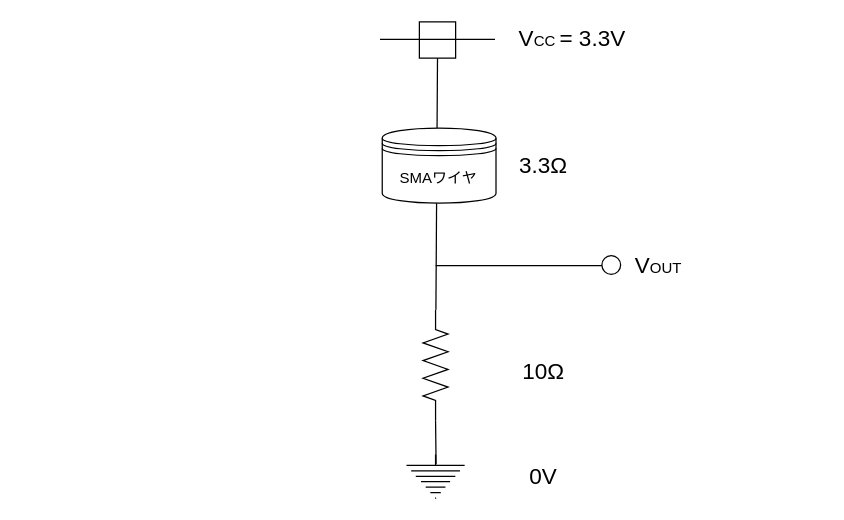
This is kairo.drawio from marumaru1019/laboratory_project, a draw.io file, before an edit. Source tidied: cells renumbered, new cells numbered last; positions are measured from the earlier drawing's top-left corner, leaving out a move shared by most shapes. Both pictures are drawn from the tidied source at 125%, with x=0, y=0 at pixel (379, 21).
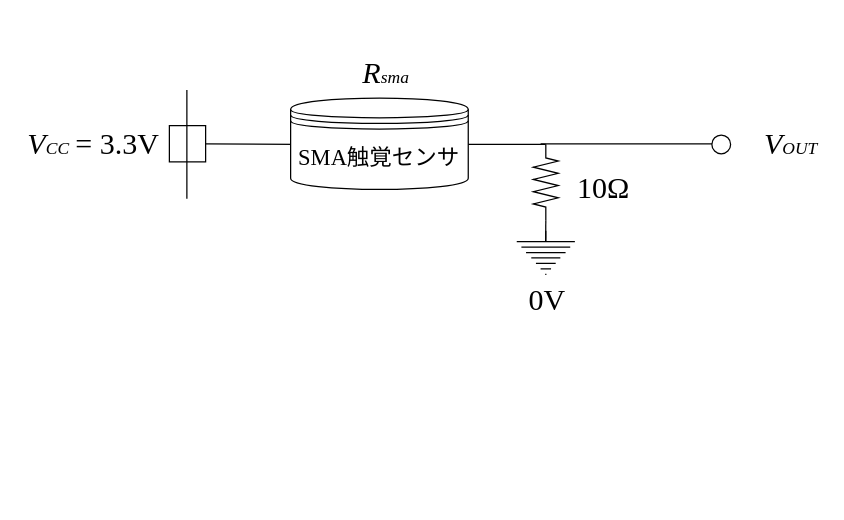
The same page after the edit.

The edit, as a diff of the source:
```diff
@@
-    <mxCell id="2" value="&lt;font style=&quot;font-size: 18px&quot;&gt;3.3Ω&lt;/font&gt;" style="text;html=1;align=center;verticalAlign=middle;" parent="1" vertex="1">
-      <mxGeometry x="106" y="105" width="50" height="20" as="geometry" />
-    </mxCell>
     <mxCell id="3" style="whiteSpace=wrap;html=1;" parent="1" vertex="1">
-      <mxGeometry x="32" width="29" height="29" as="geometry" />
+      <mxGeometry x="-168" y="83" width="29" height="29" as="geometry" />
     </mxCell>
     <mxCell id="4" style="verticalLabelPosition=bottom;shadow=0;dashed=0;align=center;html=1;verticalAlign=top;shape=mxgraph.electrical.resistors.resistor_2;rotation=-90;" parent="1" vertex="1">
-      <mxGeometry x="0.8" y="264.5" width="88.3" height="20" as="geometry" />
+      <mxGeometry x="102.5" y="118.5" width="61.3" height="20" as="geometry" />
     </mxCell>
     <mxCell id="5" style="endArrow=none;html=1;" parent="1" edge="1">
       <mxGeometry relative="1" as="geometry">
-        <mxPoint x="0.5" y="14" as="sourcePoint" />
-        <mxPoint x="92.5" y="14" as="targetPoint" />
+        <mxPoint x="-154" y="141.5" as="sourcePoint" />
+        <mxPoint x="-154" y="54.5" as="targetPoint" />
       </mxGeometry>
     </mxCell>
-    <mxCell id="6" style="endArrow=none;html=1;entryX=0.5;entryY=1;entryDx=0;entryDy=0;" parent="1" edge="1" source="4" target="3">
-      <mxGeometry relative="1" as="geometry" />
+    <mxCell id="6" style="endArrow=none;html=1;entryX=1;entryY=0.5;entryDx=0;entryDy=0;" parent="1" edge="1" target="3">
+      <mxGeometry relative="1" as="geometry">
+        <mxPoint x="133" y="98" as="sourcePoint" />
+        <Array as="points">
+          <mxPoint x="-57" y="98" />
+        </Array>
+      </mxGeometry>
     </mxCell>
-    <mxCell id="7" value="SMAワイヤ" style="shape=datastore;whiteSpace=wrap;html=1;" parent="1" vertex="1">
-      <mxGeometry x="2.3" y="85" width="91" height="60" as="geometry" />
+    <mxCell id="7" value="&lt;font style=&quot;font-size: 18px&quot; face=&quot;Times New Roman&quot;&gt;SMA触覚センサ&lt;/font&gt;" style="shape=datastore;whiteSpace=wrap;html=1;" parent="1" vertex="1">
+      <mxGeometry x="-71" y="61" width="142.1" height="73" as="geometry" />
     </mxCell>
     <mxCell id="8" style="endArrow=none;html=1;" parent="1" edge="1">
       <mxGeometry relative="1" as="geometry">
-        <mxPoint x="45" y="195" as="sourcePoint" />
-        <mxPoint x="185" y="195" as="targetPoint" />
+        <mxPoint x="129" y="97.5" as="sourcePoint" />
+        <mxPoint x="269" y="97.5" as="targetPoint" />
       </mxGeometry>
     </mxCell>
-    <mxCell id="9" value="&lt;font&gt;&lt;span style=&quot;font-size: 18px&quot;&gt;V&lt;/span&gt;&lt;font style=&quot;font-size: 12px&quot;&gt;OUT&lt;/font&gt;&lt;/font&gt;" style="text;html=1;align=center;verticalAlign=middle;" parent="1" vertex="1">
-      <mxGeometry x="199" y="184.5" width="47" height="20" as="geometry" />
+    <mxCell id="9" value="&lt;font face=&quot;Times New Roman&quot;&gt;&lt;i&gt;&lt;span style=&quot;font-size: 24px&quot;&gt;V&lt;/span&gt;&lt;font style=&quot;font-size: 14px&quot;&gt;OUT&lt;/font&gt;&lt;/i&gt;&lt;/font&gt;" style="text;html=1;align=center;verticalAlign=middle;fontSize=20;" parent="1" vertex="1">
+      <mxGeometry x="303" y="81" width="52" height="33" as="geometry" />
     </mxCell>
     <mxCell id="10" style="verticalLabelPosition=bottom;shadow=0;dashed=0;align=center;html=1;verticalAlign=top;strokeWidth=1;shape=ellipse;perimeter=ellipsePerimeter;" parent="1" vertex="1">
-      <mxGeometry x="178" y="187" width="15" height="15" as="geometry" />
+      <mxGeometry x="266" y="90.5" width="15" height="15" as="geometry" />
     </mxCell>
-    <mxCell id="11" value="&lt;font style=&quot;font-size: 18px&quot;&gt;V&lt;/font&gt;&lt;font style=&quot;font-size: 12px&quot;&gt;CC&amp;nbsp;&lt;/font&gt;&lt;font style=&quot;font-size: 18px&quot;&gt;= 3.3V&lt;/font&gt;" style="text;html=1;align=center;verticalAlign=middle;" parent="1" vertex="1">
-      <mxGeometry x="106" y="3.5" width="95" height="20" as="geometry" />
+    <mxCell id="11" value="&lt;font face=&quot;Times New Roman&quot;&gt;&lt;i&gt;&lt;font&gt;&lt;font style=&quot;font-size: 24px&quot;&gt;V&lt;/font&gt;&lt;font style=&quot;font-size: 14px&quot;&gt;CC&lt;/font&gt;&lt;/font&gt;&lt;/i&gt;&lt;font style=&quot;font-size: 20px&quot;&gt;&amp;nbsp;&lt;/font&gt;&lt;font style=&quot;font-size: 24px&quot;&gt;= 3.3V&lt;/font&gt;&lt;/font&gt;" style="text;html=1;align=center;verticalAlign=middle;fontSize=20;" parent="1" vertex="1">
+      <mxGeometry x="-286" y="81" width="114" height="33" as="geometry" />
     </mxCell>
-    <mxCell id="12" value="&lt;font style=&quot;font-size: 18px&quot;&gt;10Ω&lt;/font&gt;" style="text;html=1;align=center;verticalAlign=middle;" parent="1" vertex="1">
-      <mxGeometry x="109" y="270" width="44" height="20" as="geometry" />
+    <mxCell id="12" value="&lt;font style=&quot;font-size: 24px&quot; face=&quot;Times New Roman&quot;&gt;10Ω&lt;/font&gt;" style="text;html=1;align=center;verticalAlign=middle;fontSize=20;" parent="1" vertex="1">
+      <mxGeometry x="153.4" y="118.5" width="52" height="29" as="geometry" />
     </mxCell>
     <mxCell id="13" style="verticalLabelPosition=bottom;shadow=0;dashed=0;align=center;html=1;verticalAlign=top;shape=mxgraph.electrical.signal_sources.protective_earth;" parent="1" vertex="1">
-      <mxGeometry x="21.7" y="346" width="46.5" height="35" as="geometry" />
+      <mxGeometry x="109.9" y="167" width="46.5" height="35" as="geometry" />
     </mxCell>
-    <mxCell id="14" style="endArrow=none;html=1;entryX=0;entryY=0.5;entryDx=0;entryDy=0;entryPerimeter=0;exitX=0.509;exitY=0.223;exitDx=0;exitDy=0;exitPerimeter=0;" parent="1" edge="1" source="13" target="4">
-      <mxGeometry relative="1" as="geometry" />
+    <mxCell id="14" style="endArrow=none;html=1;entryX=0;entryY=0.5;entryDx=0;entryDy=0;entryPerimeter=0;" parent="1" edge="1" target="4">
+      <mxGeometry relative="1" as="geometry">
+        <mxPoint x="133" y="176" as="sourcePoint" />
+      </mxGeometry>
     </mxCell>
-    <mxCell id="15" value="&lt;font style=&quot;font-size: 18px&quot;&gt;0V&lt;/font&gt;" style="text;html=1;align=center;verticalAlign=middle;" parent="1" vertex="1">
-      <mxGeometry x="115" y="353.5" width="32" height="20" as="geometry" />
+    <mxCell id="15" value="&lt;font style=&quot;font-size: 24px&quot; face=&quot;Times New Roman&quot;&gt;0V&lt;/font&gt;" style="text;html=1;align=center;verticalAlign=middle;fontSize=20;" parent="1" vertex="1">
+      <mxGeometry x="114.2" y="208" width="39" height="29" as="geometry" />
     </mxCell>
+    <mxCell id="16" value="&lt;font face=&quot;Times New Roman&quot;&gt;&lt;i&gt;&lt;span style=&quot;font-size: 24px&quot;&gt;R&lt;/span&gt;&lt;font style=&quot;font-size: 14px&quot;&gt;sma&lt;/font&gt;&lt;/i&gt;&lt;/font&gt;" style="text;html=1;align=center;verticalAlign=middle;fontSize=20;" parent="1" vertex="1">
+      <mxGeometry x="-19" y="24" width="47" height="33" as="geometry" />
+    </mxCell>
```
